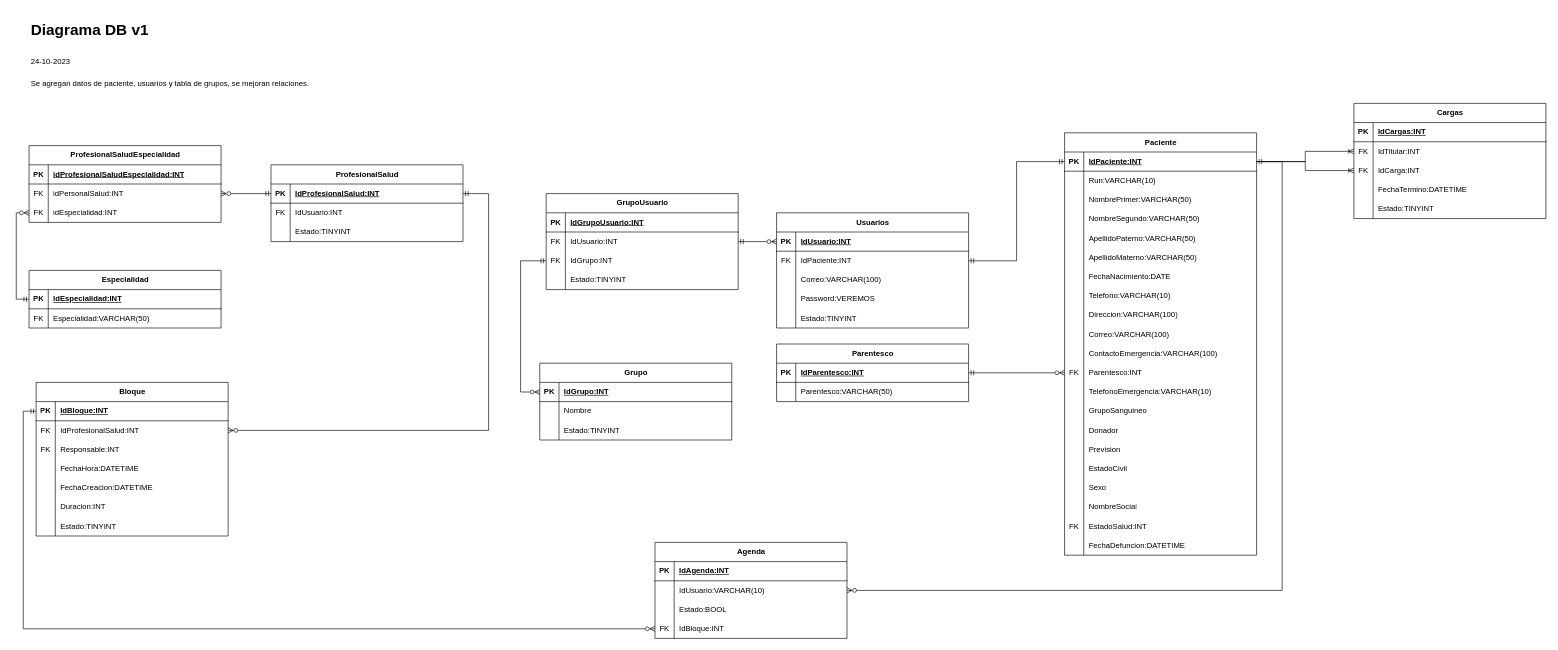
Earlier version of the draw.io diagram DiagramaDB.drawio (JonaNomas/his-diagram). Source tidied: cells renumbered, new cells numbered last; positions are measured from the earlier drawing's top-left corner, leaving out a move shared by most shapes. Both pictures are drawn from the tidied source at 64%, with x=0, y=0 at pixel (28, 17).
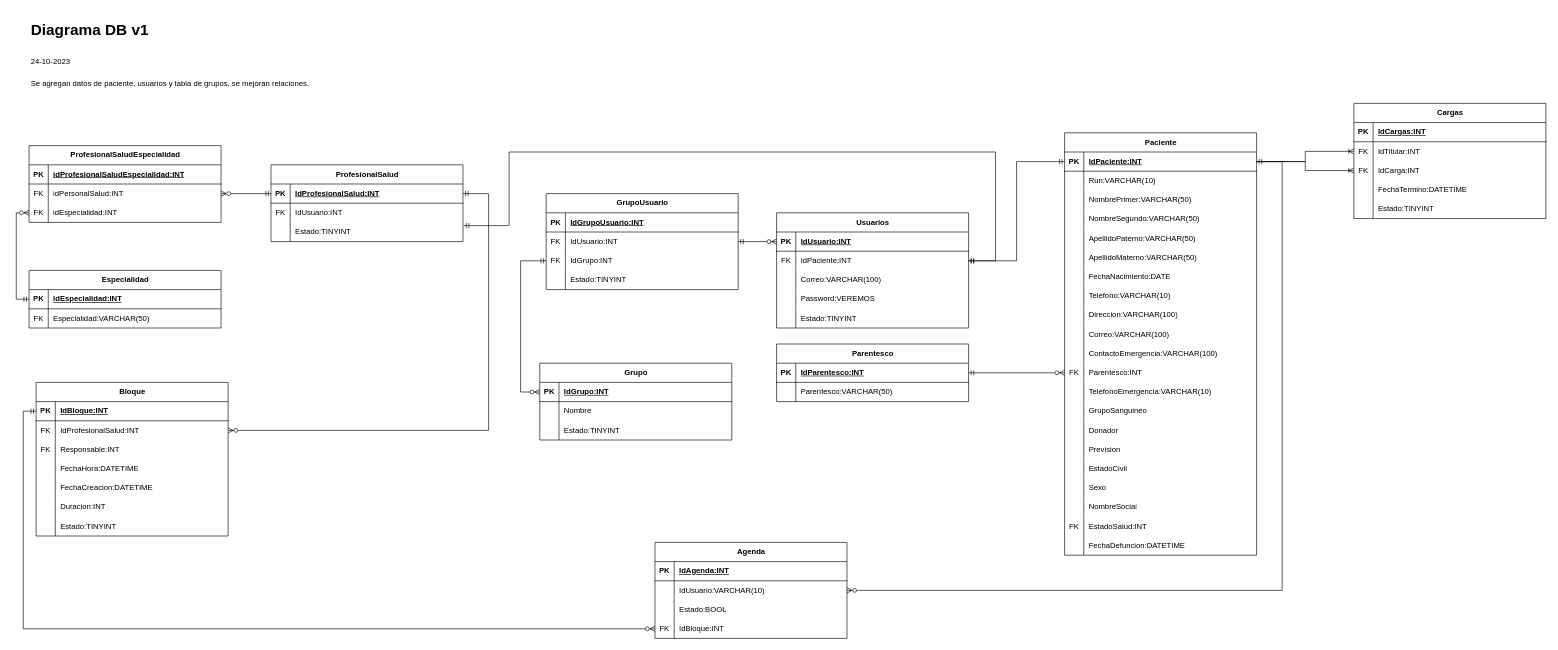
The same page after the edit.

Unchanged cells that the change refers to:
```xml
<mxCell id="109" style="shape=tableRow;horizontal=0;startSize=0;swimlaneHead=0;swimlaneBody=0;fillColor=none;points=[[0,0.5],[1,0.5]];portConstraint=eastwest;top=0;left=0;right=0;bottom=0;" parent="102" vertex="1">
  <mxGeometry y="90" width="300" height="30" as="geometry" />
</mxCell>
<mxCell id="165" style="shape=tableRow;horizontal=0;startSize=0;swimlaneHead=0;swimlaneBody=0;fillColor=none;points=[[0,0.5],[1,0.5]];portConstraint=eastwest;top=0;left=0;right=0;bottom=0;" parent="161" vertex="1">
  <mxGeometry y="60" width="300" height="30" as="geometry" />
</mxCell>
```

The edit, as a diff of the source:
```diff
@@
+    <mxCell id="203" style="edgeStyle=orthogonalEdgeStyle;rounded=0;jettySize=auto;html=1;exitX=1;exitY=0.5;exitDx=0;exitDy=0;entryX=1.004;entryY=0.167;entryDx=0;entryDy=0;endArrow=ERmandOne;endFill=0;startArrow=ERmandOne;startFill=0;entryPerimeter=0;" parent="1" edge="1" source="165" target="109">
+      <mxGeometry relative="1" as="geometry">
+        <Array as="points">
+          <mxPoint x="1512" y="380" />
+          <mxPoint x="1512" y="210" />
+          <mxPoint x="752" y="210" />
+          <mxPoint x="752" y="325" />
+        </Array>
+      </mxGeometry>
+    </mxCell>
```
